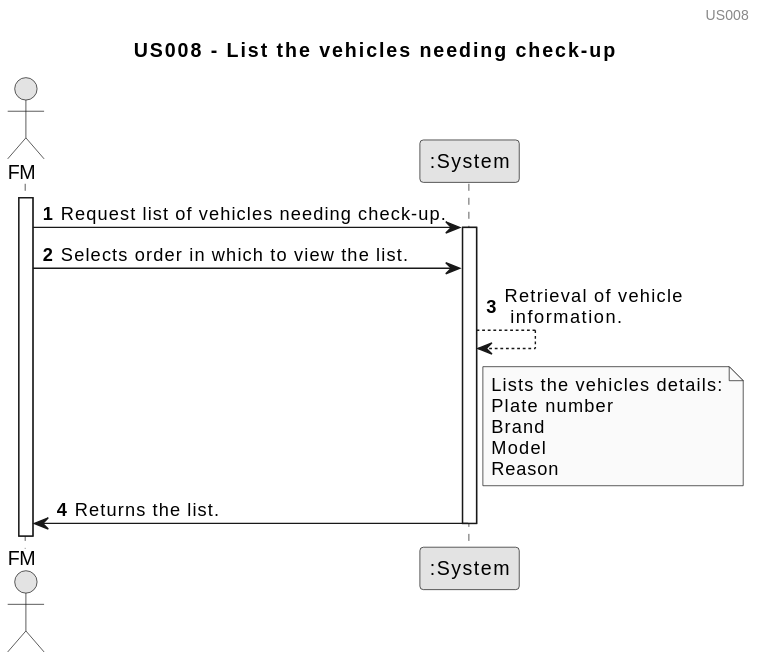
Earlier version of the PlantUML export docs/sprintC/us024/01.requirements-engineering/svg/us024-sequence_diagram.svg (rpedros02/lei-24-s2-1DL-g08).
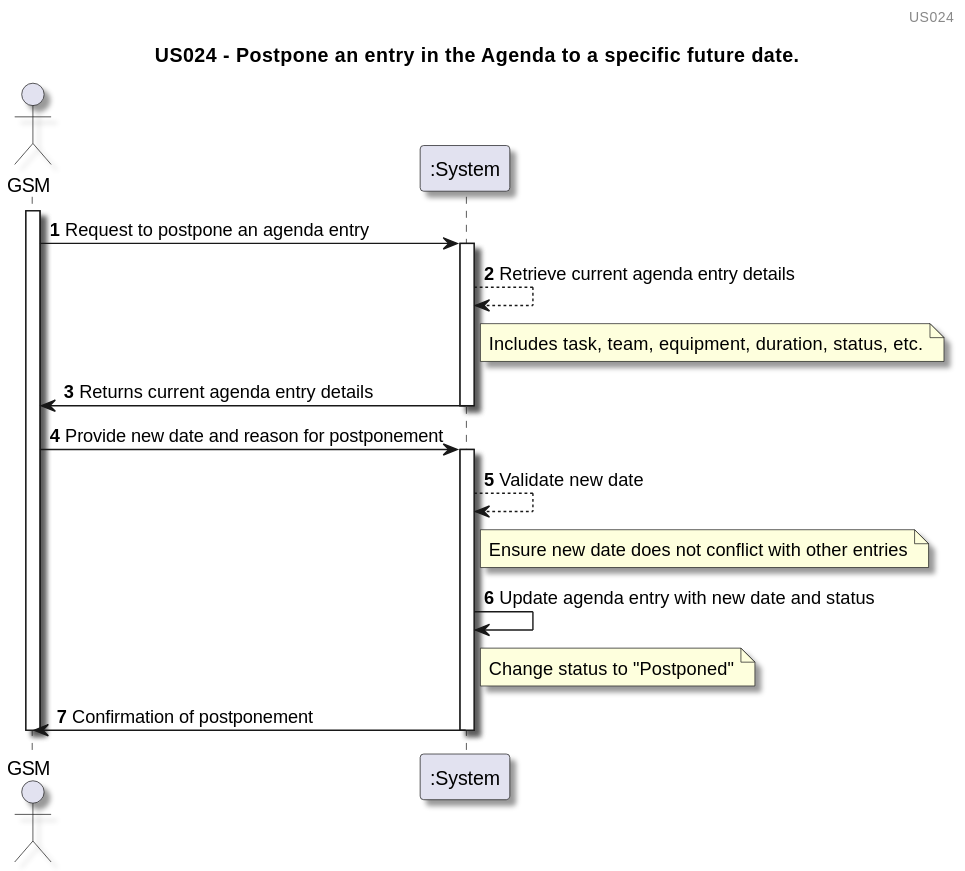
The same file after the commit.

Commit message:
Sequence Diagram of US24/US25

Diff of the diagram source:
```diff
@@ -1,22 +1,31 @@
 @startuml
-skinparam monochrome true
+skinparam monochrome false
 skinparam packageStyle rectangle
-skinparam shadowing false
+skinparam shadowing true
 
-title US008 - List the vehicles needing check-up
-header US008
+title US024 - Postpone an entry in the Agenda to a specific future date.
+header US024
 autonumber
-
-actor "FM" as fm
+actor "GSM" as gsm
 participant ":System" as System
 
-activate fm
+activate gsm
 
-    fm -> System : Request list of vehicles needing check-up.
+    gsm -> System : Request to postpone an agenda entry
     activate System
-        fm -> System : Selects order in which to view the list.
-        System --> System : Retrieval of vehicle\n information.
-        note right System : Lists the vehicles details:\nPlate number\nBrand\nModel\nReason
-        System -> fm : Returns the list.
+        System --> System : Retrieve current agenda entry details
+        note right of System : Includes task, team, equipment, duration, status, etc.
+        System -> gsm : Returns current agenda entry details
     deactivate System
+
+    gsm -> System : Provide new date and reason for postponement
+    activate System
+        System --> System : Validate new date
+        note right of System : Ensure new date does not conflict with other entries
+        System -> System : Update agenda entry with new date and status
+        note right of System : Change status to "Postponed"
+        System -> gsm : Confirmation of postponement
+    deactivate System
+
+deactivate gsm
 @enduml
```
